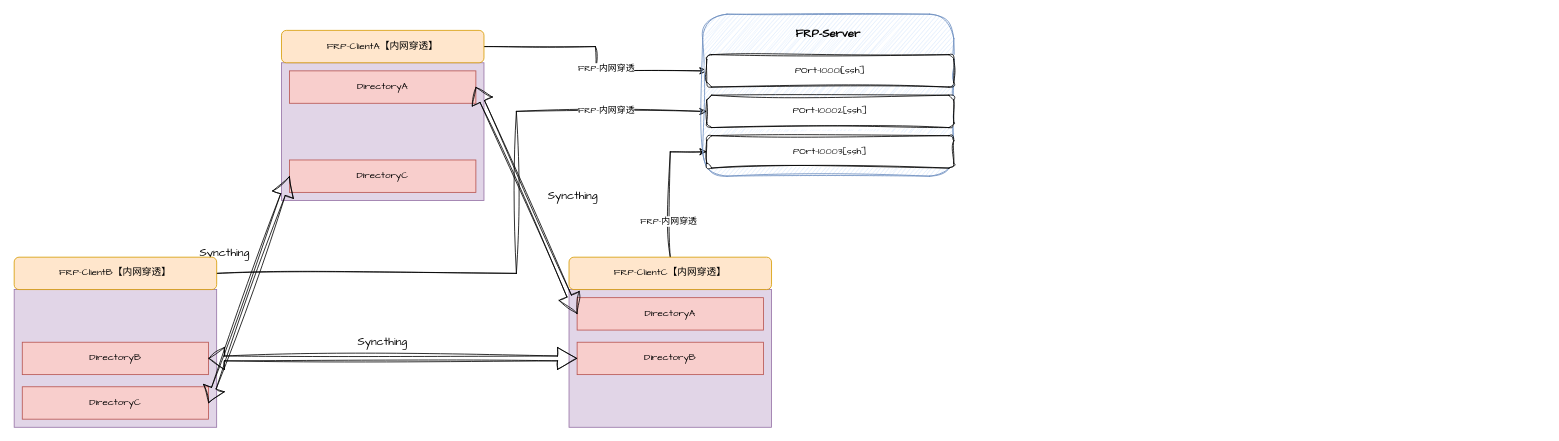
This is architecture/文件传输.drawio from LanSeTianYe/draw, a draw.io file, before an edit. Source tidied: cells renumbered, new cells numbered last; positions are measured from the earlier drawing's top-left corner, leaving out a move shared by most shapes. Both pictures are drawn from the tidied source at 81%, with x=0, y=0 at pixel (14, 14).
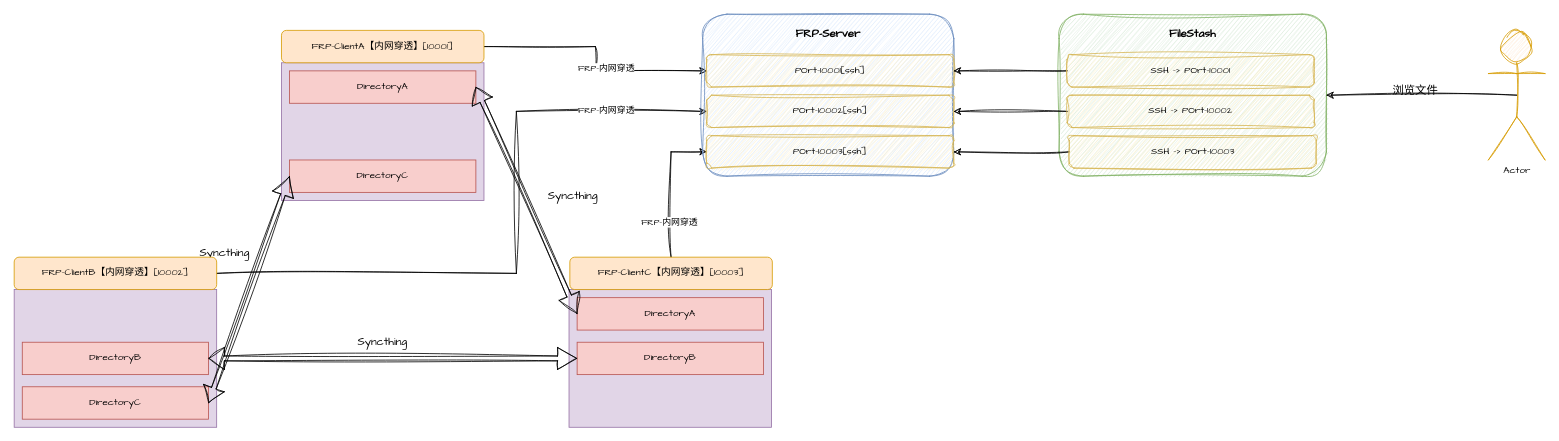
Above is the later version.

Commit message (it also covers changes not shown here):
更新文件传输.drawio

Change to the diagram source:
```diff
@@
-    <mxCell id="19" value="FRP-ClientA【内网穿透】" style="rounded=1;whiteSpace=wrap;html=1;hachureGap=4;fontFamily=Architects Daughter;fillColor=#ffe6cc;strokeColor=#d79b00;" parent="1" vertex="1">
+    <mxCell id="19" value="FRP-ClientA【内网穿透】[10001]" style="rounded=1;whiteSpace=wrap;html=1;hachureGap=4;fontFamily=Architects Daughter;fillColor=#ffe6cc;strokeColor=#d79b00;" parent="1" vertex="1">
       <mxGeometry x="330" y="20" width="250" height="40" as="geometry" />
     </mxCell>
@@
-    <mxCell id="22" value="FRP-ClientB【内网穿透】" style="rounded=1;whiteSpace=wrap;html=1;hachureGap=4;fontFamily=Architects Daughter;fillColor=#ffe6cc;strokeColor=#d79b00;" parent="1" vertex="1">
+    <mxCell id="22" value="FRP-ClientB【内网穿透】[10002]" style="rounded=1;whiteSpace=wrap;html=1;hachureGap=4;fontFamily=Architects Daughter;fillColor=#ffe6cc;strokeColor=#d79b00;" parent="1" vertex="1">
       <mxGeometry y="300" width="250" height="40" as="geometry" />
     </mxCell>
@@
-    <mxCell id="25" value="FRP-ClientC【内网穿透】" style="rounded=1;whiteSpace=wrap;html=1;hachureGap=4;fontFamily=Architects Daughter;fillColor=#ffe6cc;strokeColor=#d79b00;" parent="1" vertex="1">
-      <mxGeometry x="685" y="300" width="250" height="40" as="geometry" />
+    <mxCell id="25" value="FRP-ClientC【内网穿透】[10003]" style="rounded=1;whiteSpace=wrap;html=1;hachureGap=4;fontFamily=Architects Daughter;fillColor=#ffe6cc;strokeColor=#d79b00;" parent="1" vertex="1">
+      <mxGeometry x="686" y="300" width="250" height="40" as="geometry" />
     </mxCell>
@@
-    <mxCell id="28" value="POrt-10001[ssh]" style="rounded=1;whiteSpace=wrap;html=1;sketch=1;hachureGap=4;jiggle=2;curveFitting=1;fontFamily=Architects Daughter;" parent="1" vertex="1">
+    <mxCell id="28" value="POrt-10001[ssh]" style="rounded=1;whiteSpace=wrap;html=1;sketch=1;hachureGap=4;jiggle=2;curveFitting=1;fontFamily=Architects Daughter;fillColor=#fff2cc;strokeColor=#d6b656;" parent="1" vertex="1">
       <mxGeometry x="855" y="50" width="305" height="40" as="geometry" />
     </mxCell>
-    <mxCell id="29" value="POrt-10002[ssh]" style="rounded=1;whiteSpace=wrap;html=1;sketch=1;hachureGap=4;jiggle=2;curveFitting=1;fontFamily=Architects Daughter;" parent="1" vertex="1">
+    <mxCell id="29" value="POrt-10002[ssh]" style="rounded=1;whiteSpace=wrap;html=1;sketch=1;hachureGap=4;jiggle=2;curveFitting=1;fontFamily=Architects Daughter;fillColor=#fff2cc;strokeColor=#d6b656;" parent="1" vertex="1">
       <mxGeometry x="855" y="100" width="305" height="40" as="geometry" />
     </mxCell>
-    <mxCell id="30" value="POrt-10003[ssh]" style="rounded=1;whiteSpace=wrap;html=1;sketch=1;hachureGap=4;jiggle=2;curveFitting=1;fontFamily=Architects Daughter;" parent="1" vertex="1">
+    <mxCell id="30" value="POrt-10003[ssh]" style="rounded=1;whiteSpace=wrap;html=1;sketch=1;hachureGap=4;jiggle=2;curveFitting=1;fontFamily=Architects Daughter;fillColor=#fff2cc;strokeColor=#d6b656;" parent="1" vertex="1">
       <mxGeometry x="855" y="150" width="305" height="40" as="geometry" />
     </mxCell>
+    <mxCell id="31" style="rounded=1;whiteSpace=wrap;html=1;sketch=1;hachureGap=4;jiggle=2;curveFitting=1;fontFamily=Architects Daughter;fillColor=#d5e8d4;strokeColor=#82b366;" parent="1" vertex="1">
+      <mxGeometry x="1290" width="330" height="200" as="geometry" />
+    </mxCell>
+    <mxCell id="32" value="&lt;span style=&quot;font-size: 14px;&quot;&gt;&lt;b&gt;FileStash&lt;/b&gt;&lt;/span&gt;" style="text;html=1;align=center;verticalAlign=middle;whiteSpace=wrap;rounded=0;fontFamily=Architects Daughter;" parent="1" vertex="1">
+      <mxGeometry x="1305" y="10" width="300" height="30" as="geometry" />
+    </mxCell>
+    <mxCell id="33" style="edgeStyle=orthogonalEdgeStyle;rounded=0;sketch=1;hachureGap=4;jiggle=2;curveFitting=1;jettySize=auto;html=1;exitX=0.5;exitY=0.5;exitDx=0;exitDy=0;exitPerimeter=0;entryX=1;entryY=0.5;entryDx=0;entryDy=0;fontFamily=Architects Daughter;" parent="1" edge="1" source="34" target="31">
+      <mxGeometry relative="1" as="geometry" />
+    </mxCell>
+    <mxCell id="34" value="Actor" style="shape=umlActor;verticalLabelPosition=bottom;verticalAlign=top;html=1;outlineConnect=0;sketch=1;hachureGap=4;jiggle=2;curveFitting=1;fontFamily=Architects Daughter;fillColor=#ffe6cc;strokeColor=#d79b00;" parent="1" vertex="1">
+      <mxGeometry x="1820" y="20" width="70" height="160" as="geometry" />
+    </mxCell>
+    <mxCell id="35" style="edgeStyle=orthogonalEdgeStyle;rounded=0;sketch=1;hachureGap=4;jiggle=2;curveFitting=1;jettySize=auto;html=1;exitX=0;exitY=0.5;exitDx=0;exitDy=0;entryX=1;entryY=0.5;entryDx=0;entryDy=0;fontFamily=Architects Daughter;" parent="1" edge="1" source="36" target="28">
+      <mxGeometry relative="1" as="geometry" />
+    </mxCell>
+    <mxCell id="36" value="SSH -&amp;gt; POrt-10001" style="rounded=1;whiteSpace=wrap;html=1;sketch=1;hachureGap=4;jiggle=2;curveFitting=1;fontFamily=Architects Daughter;fillColor=#fff2cc;strokeColor=#d6b656;" parent="1" vertex="1">
+      <mxGeometry x="1300" y="50" width="305" height="40" as="geometry" />
+    </mxCell>
+    <mxCell id="37" style="edgeStyle=orthogonalEdgeStyle;rounded=0;sketch=1;hachureGap=4;jiggle=2;curveFitting=1;jettySize=auto;html=1;exitX=0;exitY=0.5;exitDx=0;exitDy=0;entryX=1;entryY=0.5;entryDx=0;entryDy=0;fontFamily=Architects Daughter;" parent="1" edge="1" source="38" target="29">
+      <mxGeometry relative="1" as="geometry" />
+    </mxCell>
+    <mxCell id="38" value="SSH -&amp;gt;&amp;nbsp;POrt-10002" style="rounded=1;whiteSpace=wrap;html=1;sketch=1;hachureGap=4;jiggle=2;curveFitting=1;fontFamily=Architects Daughter;fillColor=#fff2cc;strokeColor=#d6b656;" parent="1" vertex="1">
+      <mxGeometry x="1300" y="100" width="305" height="40" as="geometry" />
+    </mxCell>
+    <mxCell id="39" style="edgeStyle=orthogonalEdgeStyle;rounded=0;sketch=1;hachureGap=4;jiggle=2;curveFitting=1;jettySize=auto;html=1;exitX=0;exitY=0.5;exitDx=0;exitDy=0;entryX=1;entryY=0.5;entryDx=0;entryDy=0;fontFamily=Architects Daughter;" parent="1" edge="1" source="40" target="30">
+      <mxGeometry relative="1" as="geometry" />
+    </mxCell>
+    <mxCell id="40" value="SSH -&amp;gt;&amp;nbsp;POrt-10003" style="rounded=1;whiteSpace=wrap;html=1;sketch=1;hachureGap=4;jiggle=2;curveFitting=1;fontFamily=Architects Daughter;fillColor=#fff2cc;strokeColor=#d6b656;" parent="1" vertex="1">
+      <mxGeometry x="1302.5" y="150" width="305" height="40" as="geometry" />
+    </mxCell>
+    <mxCell id="41" value="&lt;font style=&quot;font-size: 14px;&quot;&gt;浏览文件&lt;/font&gt;" style="text;html=1;align=center;verticalAlign=middle;whiteSpace=wrap;rounded=0;fontFamily=Architects Daughter;" parent="1" vertex="1">
+      <mxGeometry x="1700" y="80" width="60" height="30" as="geometry" />
+    </mxCell>
```
